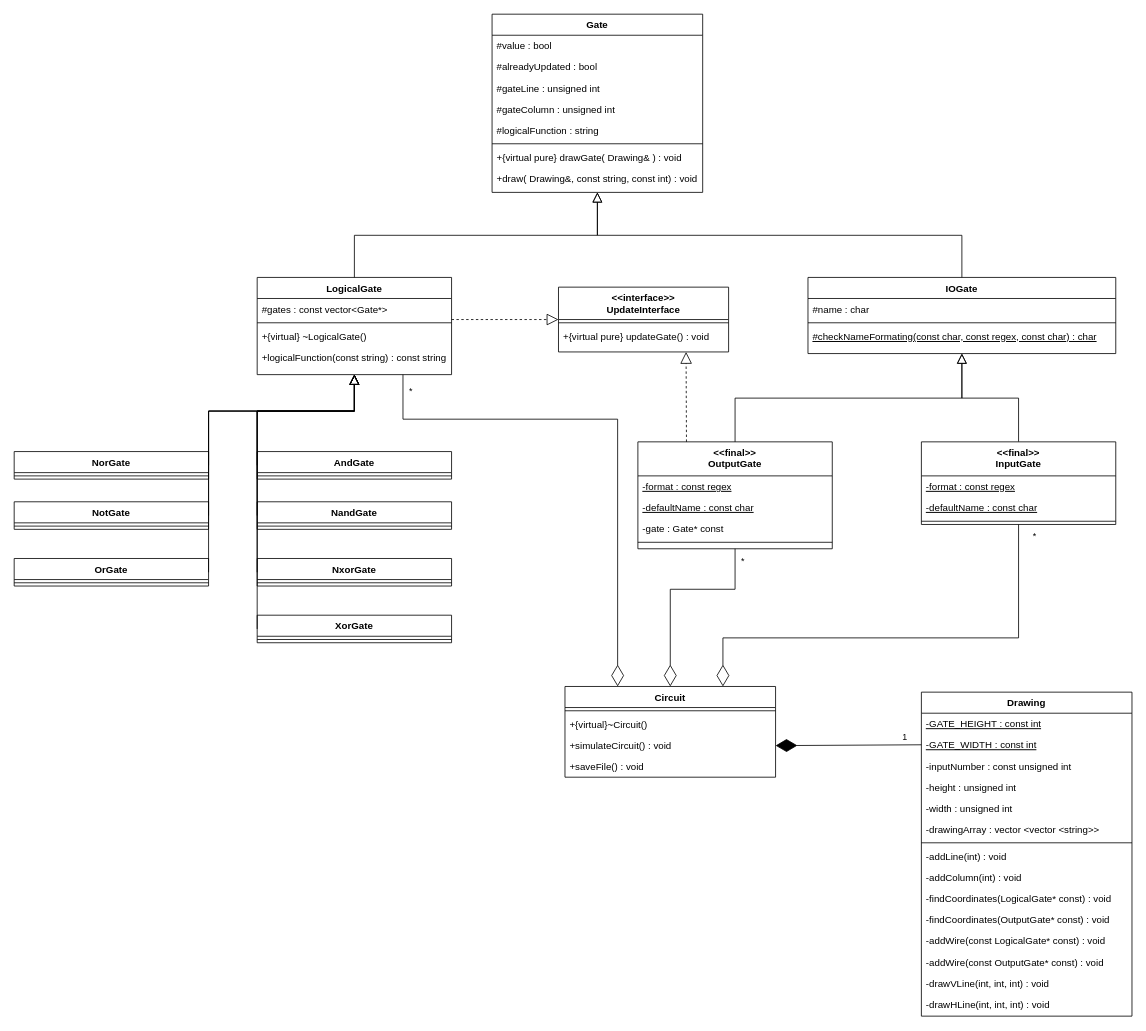
The draw.io diagram 01-Documentation/UML.drawio in clement-gresh/M1-portes_logiques, before the edit. Source tidied: cells renumbered, new cells numbered last; positions are measured from the earlier drawing's top-left corner, leaving out a move shared by most shapes. Both pictures are drawn from the tidied source at 81%, with x=0, y=0 at pixel (14, 14).
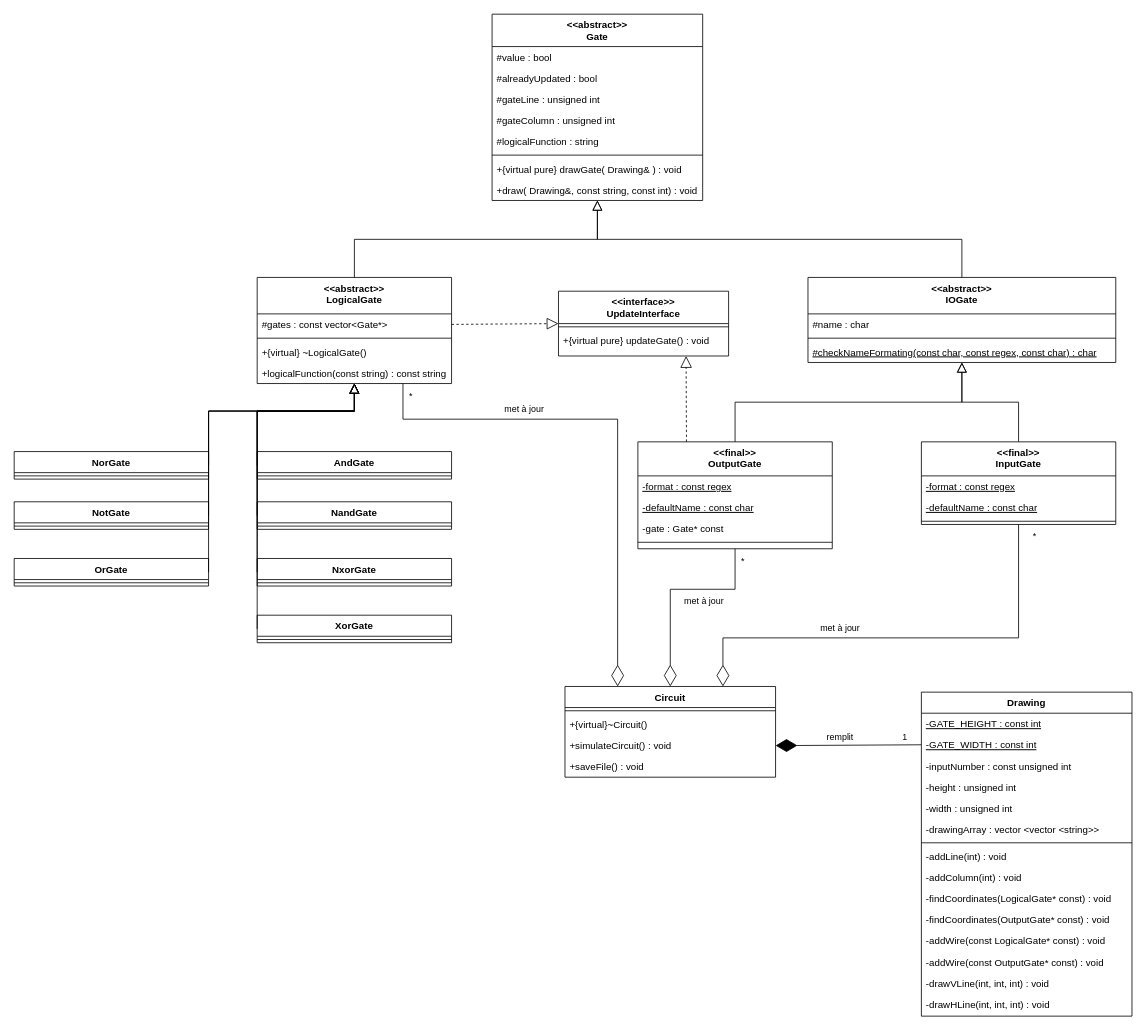
Above is the later version.

Diff of the diagram source:
```diff
@@
-    <mxCell id="2" value="Gate" style="swimlane;fontStyle=1;align=center;verticalAlign=top;horizontal=1;startSize=26;rounded=0;shadow=0;strokeWidth=1;" parent="1" vertex="1">
-      <mxGeometry x="590" width="260" height="220" as="geometry" />
+    <mxCell id="2" value="&lt;&lt;abstract&gt;&gt;&#10;Gate" style="swimlane;fontStyle=1;align=center;verticalAlign=top;horizontal=1;startSize=40;rounded=0;shadow=0;strokeWidth=1;" parent="1" vertex="1">
+      <mxGeometry x="590" width="260" height="230" as="geometry" />
     </mxCell>
     <mxCell id="3" value="#value : bool" style="text;align=left;verticalAlign=top;spacingLeft=4;spacingRight=4;overflow=hidden;" parent="2" vertex="1">
-      <mxGeometry y="26" width="260" height="26" as="geometry" />
+      <mxGeometry y="40" width="260" height="26" as="geometry" />
     </mxCell>
     <mxCell id="4" value="#alreadyUpdated : bool" style="text;align=left;verticalAlign=top;spacingLeft=4;spacingRight=4;overflow=hidden;rounded=0;shadow=0;html=0;" parent="2" vertex="1">
-      <mxGeometry y="52" width="260" height="26" as="geometry" />
+      <mxGeometry y="66" width="260" height="26" as="geometry" />
     </mxCell>
     <mxCell id="5" value="#gateLine : unsigned int" style="text;align=left;verticalAlign=top;spacingLeft=4;spacingRight=4;overflow=hidden;rounded=0;shadow=0;html=0;" parent="2" vertex="1">
-      <mxGeometry y="78" width="260" height="26" as="geometry" />
+      <mxGeometry y="92" width="260" height="26" as="geometry" />
     </mxCell>
     <mxCell id="6" value="#gateColumn : unsigned int" style="text;align=left;verticalAlign=top;spacingLeft=4;spacingRight=4;overflow=hidden;rounded=0;shadow=0;html=0;" parent="2" vertex="1">
-      <mxGeometry y="104" width="260" height="26" as="geometry" />
+      <mxGeometry y="118" width="260" height="26" as="geometry" />
     </mxCell>
     <mxCell id="7" value="#logicalFunction : string" style="text;align=left;verticalAlign=top;spacingLeft=4;spacingRight=4;overflow=hidden;rounded=0;shadow=0;html=0;" parent="2" vertex="1">
-      <mxGeometry y="130" width="260" height="26" as="geometry" />
+      <mxGeometry y="144" width="260" height="26" as="geometry" />
     </mxCell>
     <mxCell id="8" style="line;html=1;strokeWidth=1;align=left;verticalAlign=middle;spacingTop=-1;spacingLeft=3;spacingRight=3;labelPosition=right;" parent="2" vertex="1">
-      <mxGeometry y="156" width="260" height="8" as="geometry" />
+      <mxGeometry y="170" width="260" height="8" as="geometry" />
     </mxCell>
     <mxCell id="9" value="+{virtual pure} drawGate( Drawing&amp; ) : void" style="text;align=left;verticalAlign=top;spacingLeft=4;spacingRight=4;overflow=hidden;" parent="2" vertex="1">
-      <mxGeometry y="164" width="260" height="26" as="geometry" />
+      <mxGeometry y="178" width="260" height="26" as="geometry" />
     </mxCell>
     <mxCell id="10" value="+draw( Drawing&amp;, const string, const int) : void" style="text;align=left;verticalAlign=top;spacingLeft=4;spacingRight=4;overflow=hidden;rounded=0;shadow=0;html=0;" parent="2" vertex="1">
-      <mxGeometry y="190" width="260" height="26" as="geometry" />
+      <mxGeometry y="204" width="260" height="26" as="geometry" />
     </mxCell>
-    <mxCell id="11" value="LogicalGate" style="swimlane;fontStyle=1;align=center;verticalAlign=top;horizontal=1;startSize=26;rounded=0;shadow=0;strokeWidth=1;" parent="1" vertex="1">
-      <mxGeometry x="300" y="325" width="240" height="120" as="geometry" />
+    <mxCell id="11" value="&lt;&lt;abstract&gt;&gt;&#10;LogicalGate" style="swimlane;fontStyle=1;align=center;verticalAlign=top;horizontal=1;startSize=45;rounded=0;shadow=0;strokeWidth=1;" parent="1" vertex="1">
+      <mxGeometry x="300" y="325" width="240" height="131" as="geometry" />
     </mxCell>
     <mxCell id="12" value="#gates : const vector&lt;Gate*&gt;" style="text;align=left;verticalAlign=top;spacingLeft=4;spacingRight=4;overflow=hidden;points=[[0,0.5],[1,0.5]];portConstraint=eastwest;" parent="11" vertex="1">
-      <mxGeometry y="26" width="240" height="26" as="geometry" />
+      <mxGeometry y="45" width="240" height="26" as="geometry" />
     </mxCell>
     <mxCell id="13" style="line;html=1;strokeWidth=1;align=left;verticalAlign=middle;spacingTop=-1;spacingLeft=3;spacingRight=3;labelPosition=right;" parent="11" vertex="1">
-      <mxGeometry y="52" width="240" height="8" as="geometry" />
+      <mxGeometry y="71" width="240" height="8" as="geometry" />
     </mxCell>
     <mxCell id="14" value="+{virtual} ~LogicalGate()" style="text;align=left;verticalAlign=top;spacingLeft=4;spacingRight=4;overflow=hidden;" parent="11" vertex="1">
-      <mxGeometry y="60" width="240" height="26" as="geometry" />
+      <mxGeometry y="79" width="240" height="26" as="geometry" />
     </mxCell>
     <mxCell id="15" value="+logicalFunction(const string) : const string" style="text;align=left;verticalAlign=top;spacingLeft=4;spacingRight=4;overflow=hidden;" parent="11" vertex="1">
-      <mxGeometry y="86" width="240" height="26" as="geometry" />
+      <mxGeometry y="105" width="240" height="26" as="geometry" />
     </mxCell>
@@
-    <mxCell id="17" value="IOGate" style="swimlane;fontStyle=1;align=center;verticalAlign=top;horizontal=1;startSize=26;rounded=0;shadow=0;strokeWidth=1;" parent="1" vertex="1">
-      <mxGeometry x="980" y="325" width="380" height="94" as="geometry" />
+    <mxCell id="17" value="&lt;&lt;abstract&gt;&gt;&#10;IOGate" style="swimlane;fontStyle=1;align=center;verticalAlign=top;horizontal=1;startSize=45;rounded=0;shadow=0;strokeWidth=1;" parent="1" vertex="1">
+      <mxGeometry x="980" y="325" width="380" height="105" as="geometry" />
     </mxCell>
     <mxCell id="18" value="#name : char" style="text;align=left;verticalAlign=top;spacingLeft=4;spacingRight=4;overflow=hidden;" parent="17" vertex="1">
-      <mxGeometry y="26" width="380" height="26" as="geometry" />
+      <mxGeometry y="45" width="380" height="26" as="geometry" />
     </mxCell>
     <mxCell id="19" style="line;html=1;strokeWidth=1;align=left;verticalAlign=middle;spacingTop=-1;spacingLeft=3;spacingRight=3;labelPosition=right;" parent="17" vertex="1">
-      <mxGeometry y="52" width="380" height="8" as="geometry" />
+      <mxGeometry y="71" width="380" height="8" as="geometry" />
     </mxCell>
     <mxCell id="20" value="#checkNameFormating(const char, const regex, const char) : char" style="text;align=left;verticalAlign=top;spacingLeft=4;spacingRight=4;overflow=hidden;fontStyle=4;" parent="17" vertex="1">
-      <mxGeometry y="60" width="380" height="26" as="geometry" />
+      <mxGeometry y="79" width="380" height="26" as="geometry" />
     </mxCell>
@@
     <mxCell id="22" value="&lt;&lt;interface&gt;&gt;&#10;UpdateInterface" style="swimlane;fontStyle=1;align=center;verticalAlign=middle;horizontal=1;startSize=40;rounded=0;shadow=0;strokeWidth=1;spacing=1;" parent="1" vertex="1">
-      <mxGeometry x="672" y="337" width="210" height="80" as="geometry" />
+      <mxGeometry x="672" y="342" width="210" height="80" as="geometry" />
     </mxCell>
@@
-    <mxCell id="46" style="endArrow=block;dashed=1;endFill=0;endSize=12;html=1;rounded=0;fontSize=11;targetPerimeterSpacing=0;exitX=1;exitY=1;exitDx=0;exitDy=0;entryX=0;entryY=0.5;entryDx=0;entryDy=0;exitPerimeter=0;" parent="1" edge="1" source="12" target="22">
+    <mxCell id="46" style="endArrow=block;dashed=1;endFill=0;endSize=12;html=1;rounded=0;fontSize=11;targetPerimeterSpacing=0;exitX=1;exitY=0.5;exitDx=0;exitDy=0;entryX=0;entryY=0.5;entryDx=0;entryDy=0;" parent="1" edge="1" source="12" target="22">
       <mxGeometry relative="1" as="geometry" />
     </mxCell>
@@
     <mxCell id="83" value="*" style="text;html=1;strokeColor=none;fillColor=none;align=center;verticalAlign=middle;whiteSpace=wrap;rounded=0;fontSize=11;" parent="1" vertex="1">
-      <mxGeometry x="460" y="450" width="60" height="30" as="geometry" />
+      <mxGeometry x="460" y="457" width="60" height="30" as="geometry" />
     </mxCell>
@@
-    <mxCell id="85" value="*" style="text;html=1;strokeColor=none;fillColor=none;align=center;verticalAlign=middle;whiteSpace=wrap;rounded=0;fontSize=11;" parent="1" vertex="1">
-      <mxGeometry x="1230" y="630" width="60" height="30" as="geometry" />
+    <mxCell id="85" value="met à jour" style="text;html=1;strokeColor=none;fillColor=none;align=center;verticalAlign=middle;whiteSpace=wrap;rounded=0;fontSize=11;" parent="1" vertex="1">
+      <mxGeometry x="990" y="743" width="60" height="30" as="geometry" />
     </mxCell>
@@
+    <mxCell id="88" value="met à jour" style="text;html=1;strokeColor=none;fillColor=none;align=center;verticalAlign=middle;whiteSpace=wrap;rounded=0;fontSize=11;" parent="1" vertex="1">
+      <mxGeometry x="822" y="710" width="60" height="30" as="geometry" />
+    </mxCell>
+    <mxCell id="89" value="met à jour" style="text;html=1;strokeColor=none;fillColor=none;align=center;verticalAlign=middle;whiteSpace=wrap;rounded=0;fontSize=11;" parent="1" vertex="1">
+      <mxGeometry x="600" y="473" width="60" height="30" as="geometry" />
+    </mxCell>
+    <mxCell id="90" value="remplit" style="text;html=1;strokeColor=none;fillColor=none;align=center;verticalAlign=middle;whiteSpace=wrap;rounded=0;fontSize=11;" parent="1" vertex="1">
+      <mxGeometry x="990" y="877" width="60" height="30" as="geometry" />
+    </mxCell>
+    <mxCell id="91" value="*" style="text;html=1;strokeColor=none;fillColor=none;align=center;verticalAlign=middle;whiteSpace=wrap;rounded=0;fontSize=11;" parent="1" vertex="1">
+      <mxGeometry x="1230" y="630" width="60" height="30" as="geometry" />
+    </mxCell>
```
